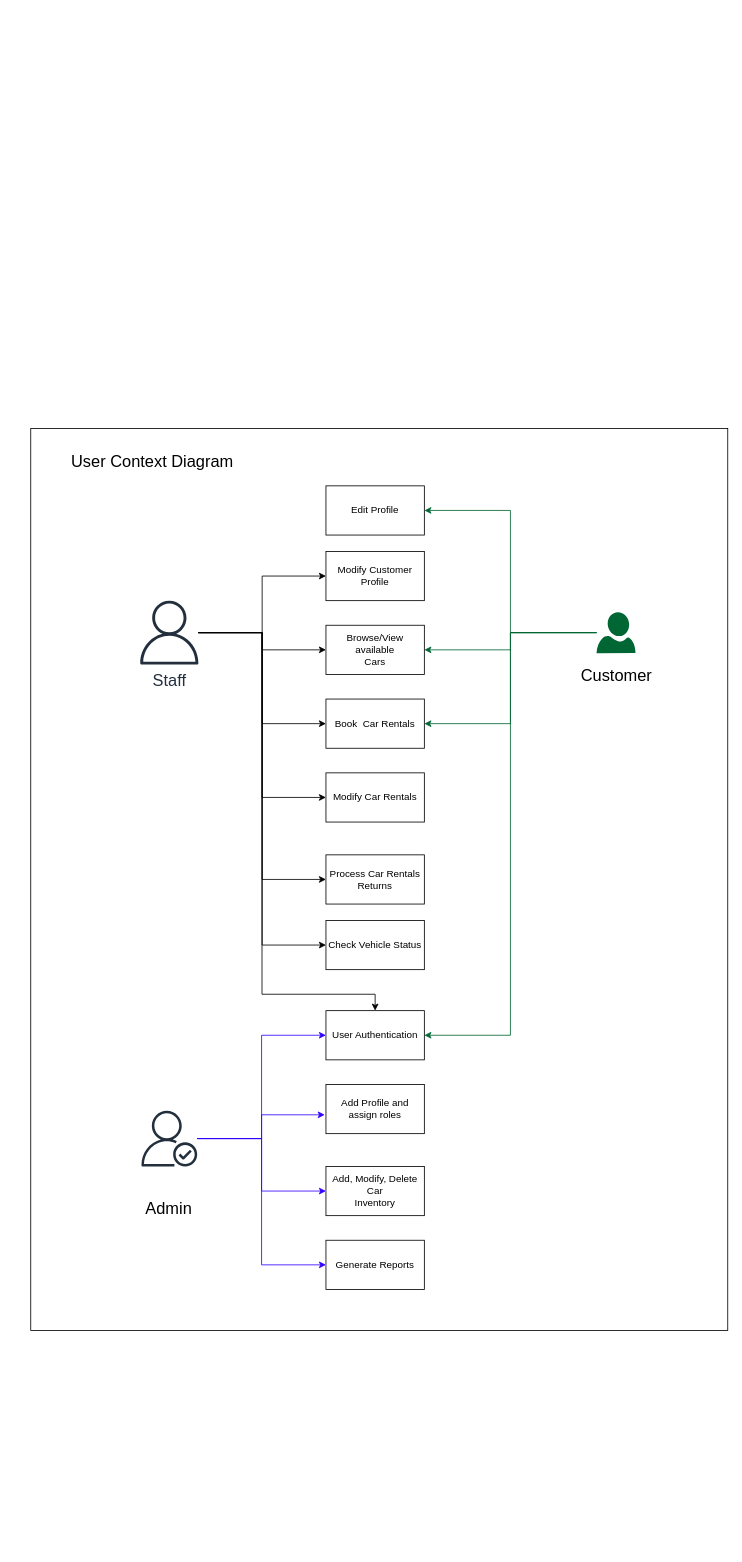
Earlier version of the draw.io diagram Resources/Requirements & Specifications/User Context Diagram.drawio (rukky0123/COSC3506-001XE). Source tidied: cells renumbered, new cells numbered last; positions are measured from the earlier drawing's top-left corner, leaving out a move shared by most shapes. Both pictures are drawn from the tidied source at 82%, with x=0, y=0 at pixel (30, 428).
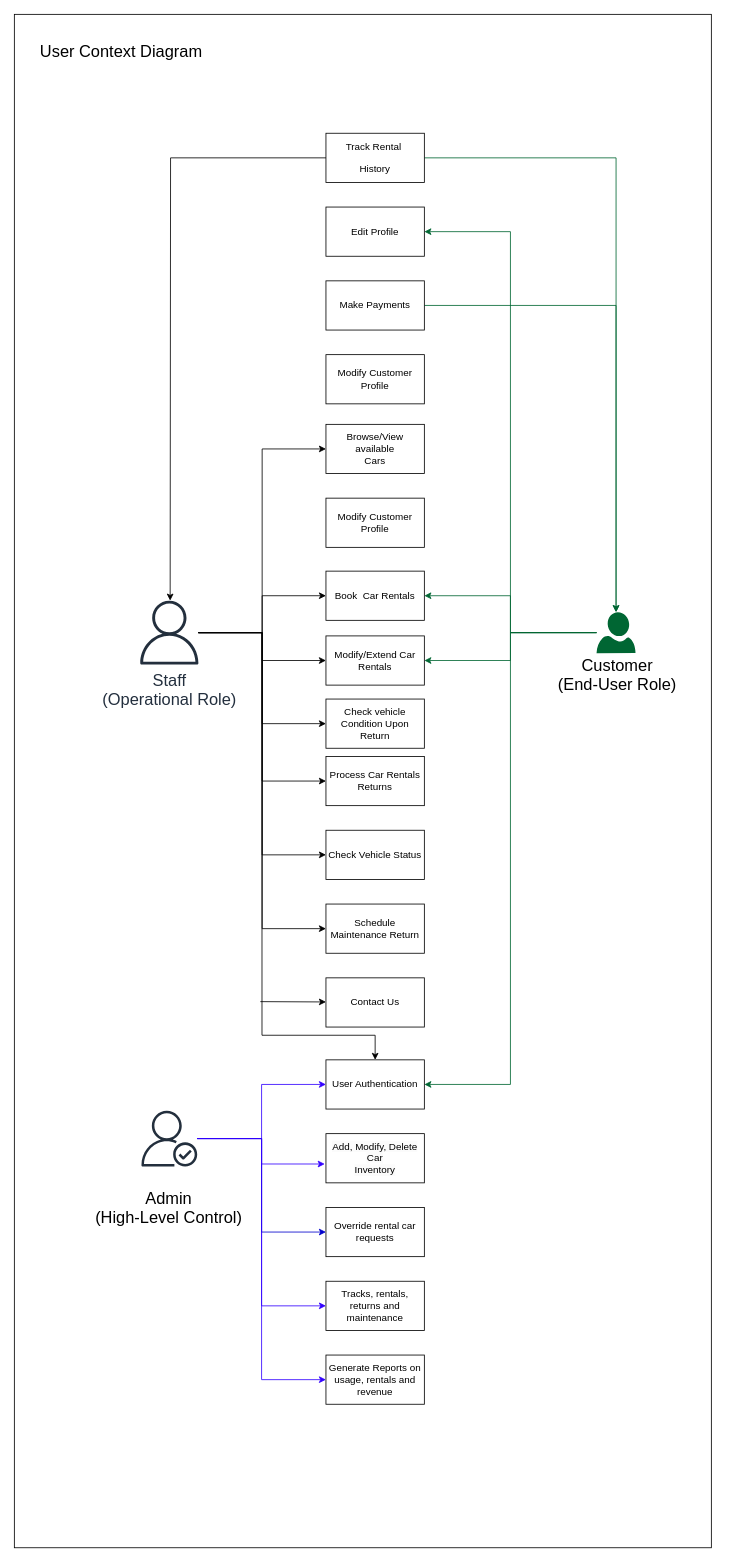
Above is the later version.

The change refers to these unchanged cells:
```xml
<mxCell id="14" style="sketch=0;outlineConnect=0;fontColor=#232F3E;gradientColor=none;fillColor=#3200FF;strokeColor=#3200FF;dashed=0;verticalLabelPosition=bottom;verticalAlign=top;align=center;html=1;fontSize=12;fontStyle=0;shape=mxgraph.aws4.authenticated_user;" parent="1" vertex="1">
  <mxGeometry x="135" y="832" width="68" height="68" as="geometry" />
</mxCell>
<mxCell id="19" style="verticalLabelPosition=bottom;html=1;verticalAlign=top;align=center;strokeColor=none;fillColor=#006633;shape=mxgraph.azure.user;" parent="1" vertex="1">
  <mxGeometry x="690" y="224" width="47.5" height="50" as="geometry" />
</mxCell>
```

What changed in the source:
```diff
@@
     <mxCell id="2" style="whiteSpace=wrap;html=1;fillColor=none;" parent="1" vertex="1">
-      <mxGeometry width="850" height="1100" as="geometry" />
+      <mxGeometry x="-20" y="-505" width="850" height="1870" as="geometry" />
     </mxCell>
     <mxCell id="3" value="&lt;p align=&quot;center&quot; class=&quot;MsoNormal&quot;&gt;Edit Profile&lt;/p&gt;" style="rounded=0;whiteSpace=wrap;html=1;" parent="1" vertex="1">
-      <mxGeometry x="360" y="70" width="120" height="60" as="geometry" />
+      <mxGeometry x="360" y="-270" width="120" height="60" as="geometry" />
     </mxCell>
@@
     <mxCell id="9" style="edgeStyle=orthogonalEdgeStyle;rounded=0;jettySize=auto;html=1;entryX=0.5;entryY=0;entryDx=0;entryDy=0;" parent="1" edge="1" source="11" target="28">
       <mxGeometry relative="1" as="geometry">
         <Array as="points">
           <mxPoint x="282" y="249" />
-          <mxPoint x="282" y="690" />
-          <mxPoint x="420" y="690" />
+          <mxPoint x="282" y="740" />
+          <mxPoint x="420" y="740" />
         </Array>
       </mxGeometry>
     </mxCell>
@@
+    <mxCell id="35" style="edgeStyle=orthogonalEdgeStyle;rounded=0;jettySize=auto;html=1;entryX=0;entryY=0.5;entryDx=0;entryDy=0;" parent="1" edge="1" source="11" target="47">
+      <mxGeometry relative="1" as="geometry" />
+    </mxCell>
-    <mxCell id="11" value="&lt;font style=&quot;font-size: 20px;&quot;&gt;Staff&lt;/font&gt;" style="sketch=0;outlineConnect=0;fontColor=#232F3E;gradientColor=none;fillColor=#232F3D;strokeColor=none;dashed=0;verticalLabelPosition=bottom;verticalAlign=top;align=center;html=1;fontSize=12;fontStyle=0;shape=mxgraph.aws4.user;" parent="1" vertex="1">
+    <mxCell id="11" value="&lt;font style=&quot;font-size: 20px;&quot;&gt;Staff&lt;/font&gt;&lt;div&gt;&lt;font style=&quot;font-size: 20px;&quot;&gt;(Operational Role)&lt;/font&gt;&lt;/div&gt;" style="sketch=0;outlineConnect=0;fontColor=#232F3E;gradientColor=none;fillColor=#232F3D;strokeColor=none;dashed=0;verticalLabelPosition=bottom;verticalAlign=top;align=center;html=1;fontSize=12;fontStyle=0;shape=mxgraph.aws4.user;" parent="1" vertex="1">
       <mxGeometry x="130" y="210" width="78" height="78" as="geometry" />
     </mxCell>
@@
+    <mxCell id="36" style="edgeStyle=orthogonalEdgeStyle;rounded=0;jettySize=auto;html=1;entryX=0;entryY=0.5;entryDx=0;entryDy=0;strokeColor=light-dark(#0000CC,#FFFFFF);" parent="1" edge="1" source="14" target="43">
+      <mxGeometry relative="1" as="geometry" />
+    </mxCell>
@@
-    <mxCell id="20" value="&lt;font style=&quot;font-size: 20px;&quot;&gt;Admin&lt;/font&gt;" style="text;html=1;align=center;verticalAlign=middle;strokeColor=none;fillColor=none;" parent="1" vertex="1">
-      <mxGeometry x="128" y="930" width="80" height="40" as="geometry" />
+    <mxCell id="20" value="&lt;font style=&quot;font-size: 20px;&quot;&gt;Admin&lt;/font&gt;&lt;div&gt;&lt;font style=&quot;font-size: 20px;&quot;&gt;(High-Level Control)&lt;/font&gt;&lt;/div&gt;" style="text;html=1;align=center;verticalAlign=middle;strokeColor=none;fillColor=none;" parent="1" vertex="1">
+      <mxGeometry x="68" y="920" width="200" height="60" as="geometry" />
     </mxCell>
-    <mxCell id="21" value="&lt;p align=&quot;center&quot; class=&quot;MsoNormal&quot;&gt;Modify Customer&lt;br/&gt;Profile&lt;/p&gt;" style="rounded=0;whiteSpace=wrap;html=1;" parent="1" vertex="1">
-      <mxGeometry x="360" y="150" width="120" height="60" as="geometry" />
+    <mxCell id="21" value="&lt;p align=&quot;center&quot; class=&quot;MsoNormal&quot;&gt;Browse/View available&lt;br&gt;Cars&lt;/p&gt;" style="rounded=0;whiteSpace=wrap;html=1;" parent="1" vertex="1">
+      <mxGeometry x="360" y="-5" width="120" height="60" as="geometry" />
     </mxCell>
-    <mxCell id="22" value="&lt;p align=&quot;center&quot; class=&quot;MsoNormal&quot;&gt;Browse/View available&lt;br/&gt;Cars&lt;/p&gt;" style="rounded=0;whiteSpace=wrap;html=1;" parent="1" vertex="1">
-      <mxGeometry x="360" y="240" width="120" height="60" as="geometry" />
+    <mxCell id="22" value="&lt;p align=&quot;center&quot; class=&quot;MsoNormal&quot;&gt;Book &amp;nbsp;Car Rentals&lt;/p&gt;" style="rounded=0;whiteSpace=wrap;html=1;" parent="1" vertex="1">
+      <mxGeometry x="360" y="174" width="120" height="60" as="geometry" />
     </mxCell>
-    <mxCell id="23" value="&lt;p align=&quot;center&quot; class=&quot;MsoNormal&quot;&gt;Book &amp;nbsp;Car Rentals&lt;/p&gt;" style="rounded=0;whiteSpace=wrap;html=1;" parent="1" vertex="1">
-      <mxGeometry x="360" y="330" width="120" height="60" as="geometry" />
+    <mxCell id="23" value="&lt;p align=&quot;center&quot; class=&quot;MsoNormal&quot;&gt;Modify/Extend Car Rentals&lt;/p&gt;" style="rounded=0;whiteSpace=wrap;html=1;" parent="1" vertex="1">
+      <mxGeometry x="360" y="253" width="120" height="60" as="geometry" />
     </mxCell>
-    <mxCell id="24" value="&lt;p align=&quot;center&quot; class=&quot;MsoNormal&quot;&gt;Modify Car Rentals&lt;/p&gt;" style="rounded=0;whiteSpace=wrap;html=1;" parent="1" vertex="1">
-      <mxGeometry x="360" y="420" width="120" height="60" as="geometry" />
+    <mxCell id="24" value="&lt;p align=&quot;center&quot; class=&quot;MsoNormal&quot;&gt;Process Car Rentals&lt;br&gt;Returns&lt;/p&gt;" style="rounded=0;whiteSpace=wrap;html=1;" parent="1" vertex="1">
+      <mxGeometry x="360" y="400" width="120" height="60" as="geometry" />
     </mxCell>
-    <mxCell id="25" value="&lt;p align=&quot;center&quot; class=&quot;MsoNormal&quot;&gt;Process Car Rentals&lt;br/&gt;Returns&lt;/p&gt;" style="rounded=0;whiteSpace=wrap;html=1;" parent="1" vertex="1">
-      <mxGeometry x="360" y="520" width="120" height="60" as="geometry" />
+    <mxCell id="25" value="&lt;p align=&quot;center&quot; class=&quot;MsoNormal&quot;&gt;Check Vehicle Status&lt;/p&gt;" style="rounded=0;whiteSpace=wrap;html=1;" parent="1" vertex="1">
+      <mxGeometry x="360" y="490" width="120" height="60" as="geometry" />
     </mxCell>
-    <mxCell id="26" value="&lt;p align=&quot;center&quot; class=&quot;MsoNormal&quot;&gt;Check Vehicle Status&lt;/p&gt;" style="rounded=0;whiteSpace=wrap;html=1;" parent="1" vertex="1">
-      <mxGeometry x="360" y="600" width="120" height="60" as="geometry" />
+    <mxCell id="26" value="&lt;p align=&quot;center&quot; class=&quot;MsoNormal&quot;&gt;Schedule Maintenance Return&lt;/p&gt;" style="rounded=0;whiteSpace=wrap;html=1;" parent="1" vertex="1">
+      <mxGeometry x="360" y="580" width="120" height="60" as="geometry" />
     </mxCell>
-    <mxCell id="27" value="&lt;p align=&quot;center&quot; class=&quot;MsoNormal&quot;&gt;Add Profile and&lt;br/&gt;assign roles&lt;/p&gt;" style="rounded=0;whiteSpace=wrap;html=1;" parent="1" vertex="1">
-      <mxGeometry x="360" y="800" width="120" height="60" as="geometry" />
+    <mxCell id="27" value="&lt;br&gt;&lt;span style=&quot;color: rgb(0, 0, 0); font-family: Helvetica; font-size: 12px; font-style: normal; font-variant-ligatures: normal; font-variant-caps: normal; font-weight: 400; letter-spacing: normal; orphans: 2; text-align: -webkit-center; text-indent: 0px; text-transform: none; widows: 2; word-spacing: 0px; -webkit-text-stroke-width: 0px; white-space: normal; background-color: rgb(251, 251, 251); text-decoration-thickness: initial; text-decoration-style: initial; text-decoration-color: initial; float: none; display: inline !important;&quot;&gt;&lt;br&gt;&lt;/span&gt;&lt;div&gt;&lt;span style=&quot;color: rgb(0, 0, 0); font-family: Helvetica; font-size: 12px; font-style: normal; font-variant-ligatures: normal; font-variant-caps: normal; font-weight: 400; letter-spacing: normal; orphans: 2; text-align: -webkit-center; text-indent: 0px; text-transform: none; widows: 2; word-spacing: 0px; -webkit-text-stroke-width: 0px; white-space: normal; background-color: rgb(251, 251, 251); text-decoration-thickness: initial; text-decoration-style: initial; text-decoration-color: initial; float: none; display: inline !important;&quot;&gt;Add, Modify, Delete Car&lt;/span&gt;&lt;br style=&quot;forced-color-adjust: none; color: rgb(0, 0, 0); font-family: Helvetica; font-size: 12px; font-style: normal; font-variant-ligatures: normal; font-variant-caps: normal; font-weight: 400; letter-spacing: normal; orphans: 2; text-align: -webkit-center; text-indent: 0px; text-transform: none; widows: 2; word-spacing: 0px; -webkit-text-stroke-width: 0px; white-space: normal; background-color: rgb(251, 251, 251); text-decoration-thickness: initial; text-decoration-style: initial; text-decoration-color: initial;&quot;&gt;&lt;span style=&quot;color: rgb(0, 0, 0); font-family: Helvetica; font-size: 12px; font-style: normal; font-variant-ligatures: normal; font-variant-caps: normal; font-weight: 400; letter-spacing: normal; orphans: 2; text-align: -webkit-center; text-indent: 0px; text-transform: none; widows: 2; word-spacing: 0px; -webkit-text-stroke-width: 0px; white-space: normal; background-color: rgb(251, 251, 251); text-decoration-thickness: initial; text-decoration-style: initial; text-decoration-color: initial; float: none; display: inline !important;&quot;&gt;Inventory&lt;/span&gt;&lt;/div&gt;&lt;div&gt;&lt;br&gt;&lt;br&gt;&lt;/div&gt;" style="rounded=0;whiteSpace=wrap;html=1;" parent="1" vertex="1">
+      <mxGeometry x="360" y="860" width="120" height="60" as="geometry" />
     </mxCell>
     <mxCell id="28" value="&lt;p align=&quot;center&quot; class=&quot;MsoNormal&quot;&gt;User Authentication&lt;/p&gt;" style="rounded=0;whiteSpace=wrap;html=1;" parent="1" vertex="1">
-      <mxGeometry x="360" y="710" width="120" height="60" as="geometry" />
+      <mxGeometry x="360" y="770" width="120" height="60" as="geometry" />
     </mxCell>
-    <mxCell id="29" value="&lt;p align=&quot;center&quot; class=&quot;MsoNormal&quot;&gt;Add, Modify, Delete Car&lt;br/&gt;Inventory&lt;/p&gt;" style="rounded=0;whiteSpace=wrap;html=1;" parent="1" vertex="1">
-      <mxGeometry x="360" y="900" width="120" height="60" as="geometry" />
+    <mxCell id="29" value="&lt;p align=&quot;center&quot; class=&quot;MsoNormal&quot;&gt;Tracks, rentals, returns and maintenance&lt;/p&gt;" style="rounded=0;whiteSpace=wrap;html=1;" parent="1" vertex="1">
+      <mxGeometry x="360" y="1040" width="120" height="60" as="geometry" />
     </mxCell>
@@
-    <mxCell id="31" value="&lt;font style=&quot;font-size: 20px;&quot;&gt;Customer&lt;/font&gt;" style="text;html=1;align=center;verticalAlign=middle;strokeColor=none;fillColor=none;" parent="1" vertex="1">
-      <mxGeometry x="658.8" y="280" width="110" height="40" as="geometry" />
+    <mxCell id="31" value="&lt;font style=&quot;font-size: 20px;&quot;&gt;Customer&lt;/font&gt;&lt;div&gt;&lt;font style=&quot;font-size: 20px;&quot;&gt;(End-User Role)&lt;/font&gt;&lt;/div&gt;" style="text;html=1;align=center;verticalAlign=middle;strokeColor=none;fillColor=none;" parent="1" vertex="1">
+      <mxGeometry x="629.8" y="270" width="170" height="60" as="geometry" />
     </mxCell>
     <mxCell id="32" value="&lt;font style=&quot;font-size: 20px;&quot;&gt;User Context Diagram&lt;/font&gt;" style="text;html=1;align=center;verticalAlign=middle;strokeColor=none;fillColor=none;" parent="1" vertex="1">
-      <mxGeometry x="38" y="20" width="220" height="40" as="geometry" />
+      <mxGeometry y="-480" width="220" height="40" as="geometry" />
     </mxCell>
-    <mxCell id="33" value="&lt;p align=&quot;center&quot; class=&quot;MsoNormal&quot;&gt;Generate Reports&lt;/p&gt;" style="rounded=0;whiteSpace=wrap;html=1;" parent="1" vertex="1">
-      <mxGeometry x="360" y="990" width="120" height="60" as="geometry" />
+    <mxCell id="33" value="&lt;p align=&quot;center&quot; class=&quot;MsoNormal&quot;&gt;Generate Reports&lt;span style=&quot;background-color: transparent; color: light-dark(rgb(0, 0, 0), rgb(255, 255, 255));&quot;&gt;&amp;nbsp;on usage, rentals and revenue&lt;/span&gt;&lt;/p&gt;" style="rounded=0;whiteSpace=wrap;html=1;" parent="1" vertex="1">
+      <mxGeometry x="360" y="1130" width="120" height="60" as="geometry" />
     </mxCell>
@@
+    <mxCell id="37" style="edgeStyle=orthogonalEdgeStyle;rounded=0;jettySize=auto;html=1;strokeColor=light-dark(#006633,#FFFFFF);" parent="1" edge="1" source="38" target="19">
+      <mxGeometry relative="1" as="geometry" />
+    </mxCell>
+    <mxCell id="38" value="&lt;p align=&quot;center&quot; class=&quot;MsoNormal&quot;&gt;Track Rental&amp;nbsp;&lt;/p&gt;&lt;p align=&quot;center&quot; class=&quot;MsoNormal&quot;&gt;History&lt;/p&gt;" style="rounded=0;whiteSpace=wrap;html=1;" parent="1" vertex="1">
+      <mxGeometry x="360" y="-360" width="120" height="60" as="geometry" />
+    </mxCell>
+    <mxCell id="39" style="edgeStyle=orthogonalEdgeStyle;rounded=0;jettySize=auto;html=1;" parent="1" edge="1" source="38">
+      <mxGeometry relative="1" as="geometry">
+        <mxPoint x="170" y="210" as="targetPoint" />
+      </mxGeometry>
+    </mxCell>
+    <mxCell id="40" style="edgeStyle=orthogonalEdgeStyle;rounded=0;jettySize=auto;html=1;strokeColor=light-dark(#006633,#FFFFFF);" parent="1" edge="1" source="41" target="19">
+      <mxGeometry relative="1" as="geometry" />
+    </mxCell>
+    <mxCell id="41" value="&lt;p align=&quot;center&quot; class=&quot;MsoNormal&quot;&gt;Make Payments&lt;/p&gt;" style="rounded=0;whiteSpace=wrap;html=1;" parent="1" vertex="1">
+      <mxGeometry x="360" y="-180" width="120" height="60" as="geometry" />
+    </mxCell>
+    <mxCell id="42" value="&lt;p align=&quot;center&quot; class=&quot;MsoNormal&quot;&gt;Modify Customer&lt;br/&gt;Profile&lt;/p&gt;" style="rounded=0;whiteSpace=wrap;html=1;" parent="1" vertex="1">
+      <mxGeometry x="360" y="-90" width="120" height="60" as="geometry" />
+    </mxCell>
+    <mxCell id="43" value="&lt;p align=&quot;center&quot; class=&quot;MsoNormal&quot;&gt;Override rental car requests&lt;/p&gt;" style="rounded=0;whiteSpace=wrap;html=1;" parent="1" vertex="1">
+      <mxGeometry x="360" y="950" width="120" height="60" as="geometry" />
+    </mxCell>
+    <mxCell id="44" value="&lt;p align=&quot;center&quot; class=&quot;MsoNormal&quot;&gt;Modify Customer&lt;br/&gt;Profile&lt;/p&gt;" style="rounded=0;whiteSpace=wrap;html=1;" parent="1" vertex="1">
+      <mxGeometry x="360" y="85" width="120" height="60" as="geometry" />
+    </mxCell>
+    <mxCell id="45" value="&lt;p align=&quot;center&quot; class=&quot;MsoNormal&quot;&gt;Contact Us&lt;/p&gt;" style="rounded=0;whiteSpace=wrap;html=1;" parent="1" vertex="1">
+      <mxGeometry x="360" y="670" width="120" height="60" as="geometry" />
+    </mxCell>
+    <mxCell id="46" style="endArrow=classic;html=1;rounded=0;" parent="1" edge="1">
+      <mxGeometry relative="1" as="geometry">
+        <mxPoint x="280" y="699" as="sourcePoint" />
+        <mxPoint x="360" y="699.4" as="targetPoint" />
+      </mxGeometry>
+    </mxCell>
+    <mxCell id="47" value="&lt;p align=&quot;center&quot; class=&quot;MsoNormal&quot;&gt;Check vehicle Condition Upon Return&lt;/p&gt;" style="rounded=0;whiteSpace=wrap;html=1;" parent="1" vertex="1">
+      <mxGeometry x="360" y="330" width="120" height="60" as="geometry" />
+    </mxCell>
```
